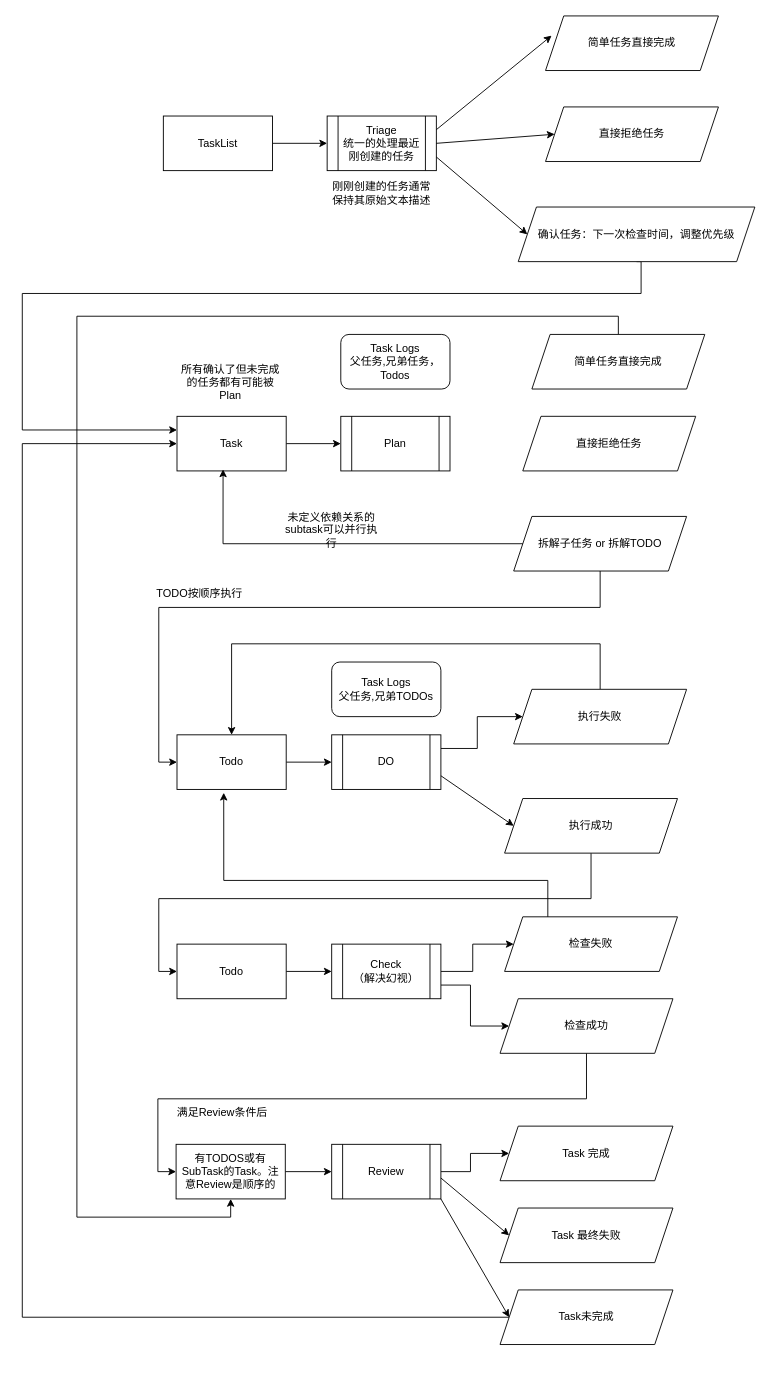
This is page "Page-7" (7 of 7) of doc/agent & workflow.drawio from fiatrete/OpenDAN-Personal-AI-OS, a draw.io file, before an edit. Source tidied: cells renumbered, new cells numbered last; positions are measured from the earlier drawing's top-left corner, leaving out a move shared by most shapes. Both pictures are drawn from the tidied source at 91%, with x=0, y=0 at pixel (22, 15).
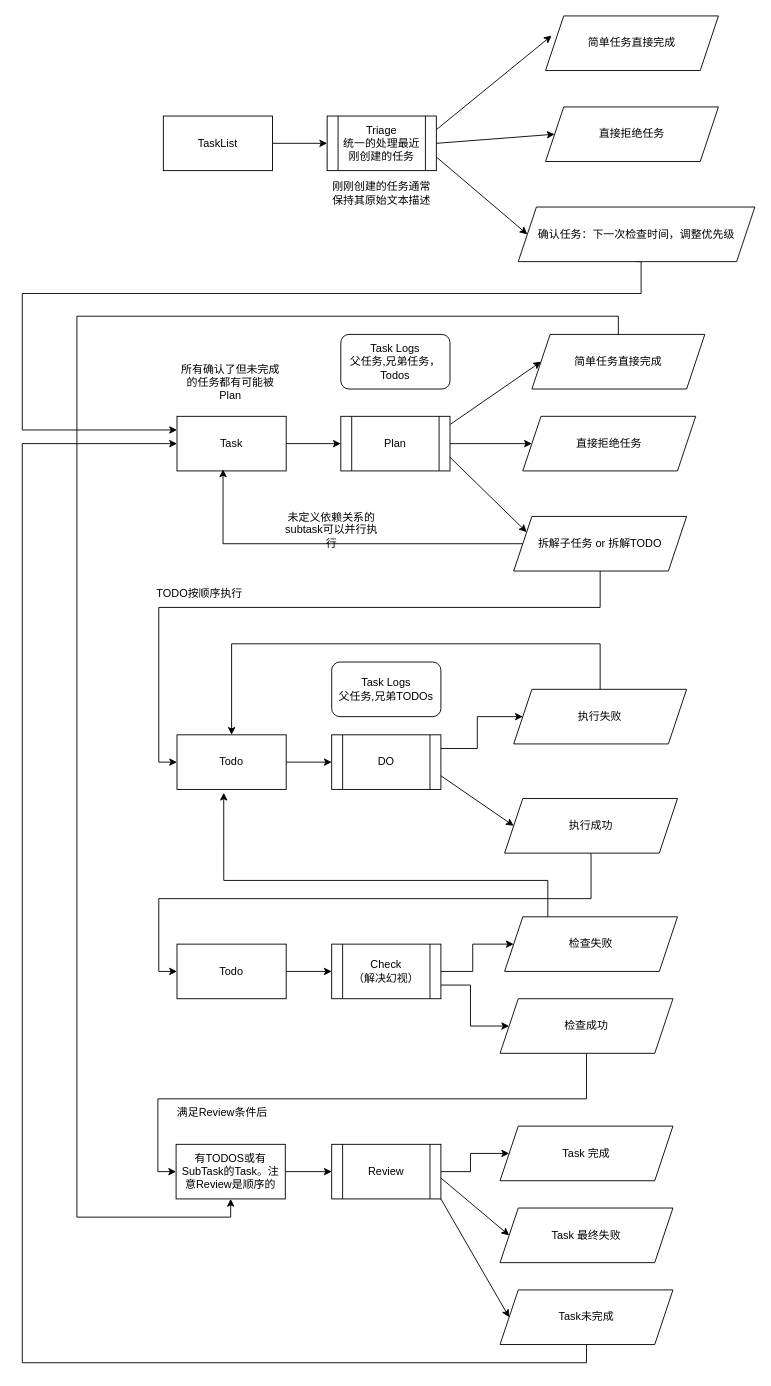
The same diagram, later.

Unchanged cells that the change refers to:
```xml
<mxCell id="9" value="Task" style="rounded=0;whiteSpace=wrap;html=1;" parent="1" vertex="1">
  <mxGeometry x="170" y="440" width="120" height="60" as="geometry" />
</mxCell>
<mxCell id="10" value="Plan" style="shape=process;whiteSpace=wrap;html=1;backgroundOutline=1;" parent="1" vertex="1">
  <mxGeometry x="350" y="440" width="120" height="60" as="geometry" />
</mxCell>
<mxCell id="12" value="简单任务直接完成" style="shape=parallelogram;perimeter=parallelogramPerimeter;whiteSpace=wrap;html=1;fixedSize=1;" parent="1" vertex="1">
  <mxGeometry x="560" y="350" width="190" height="60" as="geometry" />
</mxCell>
<mxCell id="13" value="直接拒绝任务" style="shape=parallelogram;perimeter=parallelogramPerimeter;whiteSpace=wrap;html=1;fixedSize=1;" parent="1" vertex="1">
  <mxGeometry x="550" y="440" width="190" height="60" as="geometry" />
</mxCell>
<mxCell id="16" value="拆解子任务 or 拆解TODO" style="shape=parallelogram;perimeter=parallelogramPerimeter;whiteSpace=wrap;html=1;fixedSize=1;" parent="1" vertex="1">
  <mxGeometry x="540" y="550" width="190" height="60" as="geometry" />
</mxCell>
<mxCell id="40" value="Task未完成" style="shape=parallelogram;perimeter=parallelogramPerimeter;whiteSpace=wrap;html=1;fixedSize=1;" parent="1" vertex="1">
  <mxGeometry x="525" y="1400" width="190" height="60" as="geometry" />
</mxCell>
```

What changed in the source:
```diff
@@
+    <mxCell id="56" style="edgeStyle=orthogonalEdgeStyle;rounded=0;jettySize=auto;html=1;exitX=1;exitY=0.5;exitDx=0;exitDy=0;entryX=0;entryY=0.5;entryDx=0;entryDy=0;" parent="1" edge="1" source="10" target="13">
+      <mxGeometry relative="1" as="geometry" />
+    </mxCell>
@@
-    <mxCell id="39" style="edgeStyle=orthogonalEdgeStyle;rounded=0;jettySize=auto;html=1;exitX=0;exitY=0.5;exitDx=0;exitDy=0;entryX=0;entryY=0.5;entryDx=0;entryDy=0;" parent="1" edge="1" source="40" target="9">
+    <mxCell id="39" style="edgeStyle=orthogonalEdgeStyle;rounded=0;jettySize=auto;html=1;exitX=0.5;exitY=1;exitDx=0;exitDy=0;entryX=0;entryY=0.5;entryDx=0;entryDy=0;" parent="1" edge="1" source="40" target="9">
       <mxGeometry relative="1" as="geometry">
         <Array as="points">
-          <mxPoint y="1430" />
+          <mxPoint x="620" y="1480" />
+          <mxPoint y="1480" />
           <mxPoint y="470" />
         </Array>
       </mxGeometry>
     </mxCell>
@@
+    <mxCell id="57" style="endArrow=classic;html=1;rounded=0;exitX=1.003;exitY=0.147;exitDx=0;exitDy=0;exitPerimeter=0;entryX=0;entryY=0.5;entryDx=0;entryDy=0;" parent="1" edge="1" source="10" target="12">
+      <mxGeometry relative="1" as="geometry" />
+    </mxCell>
+    <mxCell id="58" style="endArrow=classic;html=1;rounded=0;exitX=1;exitY=0.75;exitDx=0;exitDy=0;entryX=0;entryY=0.25;entryDx=0;entryDy=0;" parent="1" edge="1" source="10" target="16">
+      <mxGeometry relative="1" as="geometry" />
+    </mxCell>
```
